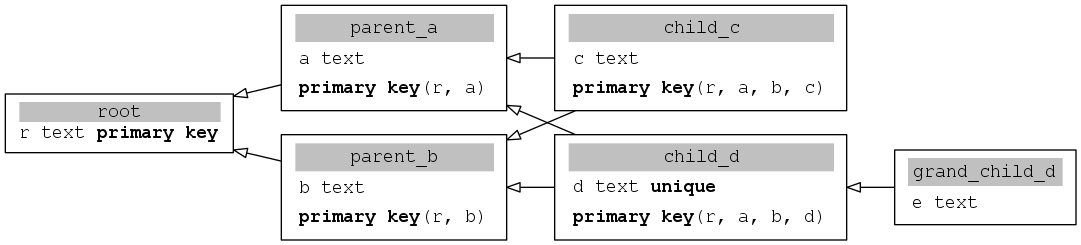
Before: datastruct.png, a diagram exported from Graphviz (collorg/oopg). Its source is kept beside it as datastruct.gv.
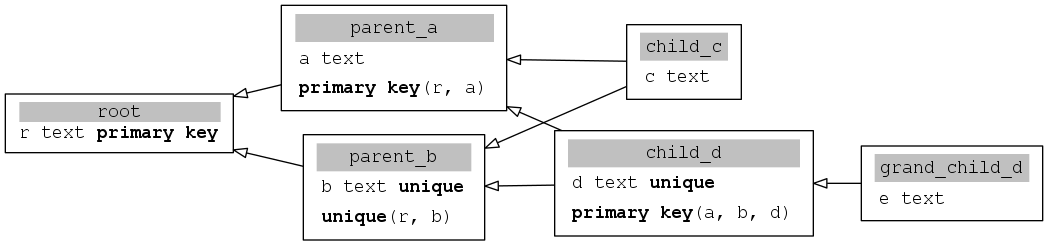
After the commit.

What changed in the source:
```diff
@@ -3,9 +3,9 @@
   ratio = auto;
   "root" [ style = "filled" penwidth = 1 fillcolor = "white" fontname = "Courier New" shape = "box" label =<<table border="0" cellborder="0" cellpadding="0" bgcolor="white"><tr><td bgcolor="grey" align="center" colspan="2"><font color="black">root</font></td></tr><tr><td align="left" port="r0">r text <b>primary key</b></td></tr></table>> ];
   "parent_a" [ style = "filled" penwidth = 1 fillcolor = "white" fontname = "Courier New" shape = "box" label =<<table border="0" cellborder="0" cellpadding="3" bgcolor="white"><tr><td bgcolor="grey" align="center" colspan="2"><font color="black">parent_a</font></td></tr><tr><td align="left" port="r3">a text</td></tr><tr><td align="left" port="r3"><b>primary key</b>(r, a)</td></tr></table>> ];
-  "parent_b" [ style = "filled" penwidth = 1 fillcolor = "white" fontname = "Courier New" shape = "box" label =<<table border="0" cellborder="0" cellpadding="3" bgcolor="white"><tr><td bgcolor="grey" align="center" colspan="2"><font color="black">parent_b</font></td></tr><tr><td align="left" port="r3">b text</td></tr><tr><td align="left" port="r3"><b>primary key</b>(r, b)</td></tr></table>> ];
-  "child_c" [ style = "filled" penwidth = 1 fillcolor = "white" fontname = "Courier New" shape = "box" label =<<table border="0" cellborder="0" cellpadding="3" bgcolor="white"><tr><td bgcolor="grey" align="center" colspan="2"><font color="black">child_c</font></td></tr><tr><td align="left" port="r3">c text</td></tr><tr><td align="left" port="r3"><b>primary key</b>(r, a, b, c)</td></tr></table>> ];
-  "child_d" [ style = "filled" penwidth = 1 fillcolor = "white" fontname = "Courier New" shape = "box" label =<<table border="0" cellborder="0" cellpadding="3" bgcolor="white"><tr><td bgcolor="grey" align="center" colspan="2"><font color="black">child_d</font></td></tr><tr><td align="left" port="r3">d text <b>unique</b></td></tr><tr><td align="left" port="r3"><b>primary key</b>(r, a, b, d)</td></tr></table>> ];
+  "parent_b" [ style = "filled" penwidth = 1 fillcolor = "white" fontname = "Courier New" shape = "box" label =<<table border="0" cellborder="0" cellpadding="3" bgcolor="white"><tr><td bgcolor="grey" align="center" colspan="2"><font color="black">parent_b</font></td></tr><tr><td align="left" port="r3">b text <b>unique</b></td></tr><tr><td align="left" port="r3"><b>unique</b>(r, b)</td></tr></table>> ];
+  "child_c" [ style = "filled" penwidth = 1 fillcolor = "white" fontname = "Courier New" shape = "box" label =<<table border="0" cellborder="0" cellpadding="3" bgcolor="white"><tr><td bgcolor="grey" align="center" colspan="2"><font color="black">child_c</font></td></tr><tr><td align="left" port="r3">c text</td></tr></table>> ];
+  "child_d" [ style = "filled" penwidth = 1 fillcolor = "white" fontname = "Courier New" shape = "box" label =<<table border="0" cellborder="0" cellpadding="3" bgcolor="white"><tr><td bgcolor="grey" align="center" colspan="2"><font color="black">child_d</font></td></tr><tr><td align="left" port="r3">d text <b>unique</b></td></tr><tr><td align="left" port="r3"><b>primary key</b>(a, b, d)</td></tr></table>> ];
   "grand_child_d" [ style = "filled" penwidth = 1 fillcolor = "white" fontname = "Courier New" shape = "box" label =<<table border="0" cellborder="0" cellpadding="3" bgcolor="white"><tr><td bgcolor="grey" align="center" colspan="2"><font color="black">grand_child_d</font></td></tr><tr><td align="left" port="r3">e text</td></tr></table>> ];
   parent_a -> root [ arrowhead = "onormal" ];
   parent_b -> root [ arrowhead = "onormal" ];
```
